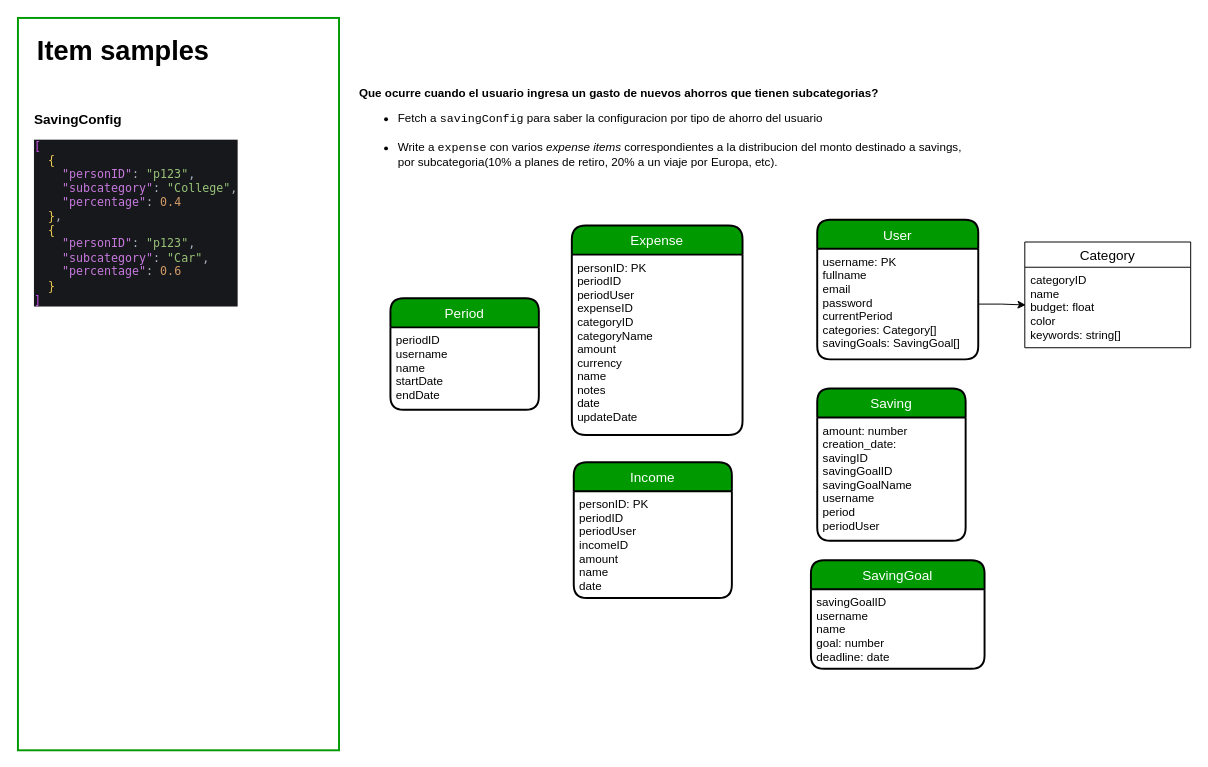
The draw.io diagram page "Data Model" (1 of 2) of diagrams/money-diagrams.drawio in JoelD7/money, before the edit. Source tidied: cells renumbered, new cells numbered last; positions are measured from the earlier drawing's top-left corner, leaving out a move shared by most shapes. Both pictures are drawn from the tidied source at 97%, with x=0, y=0 at pixel (17, 17).
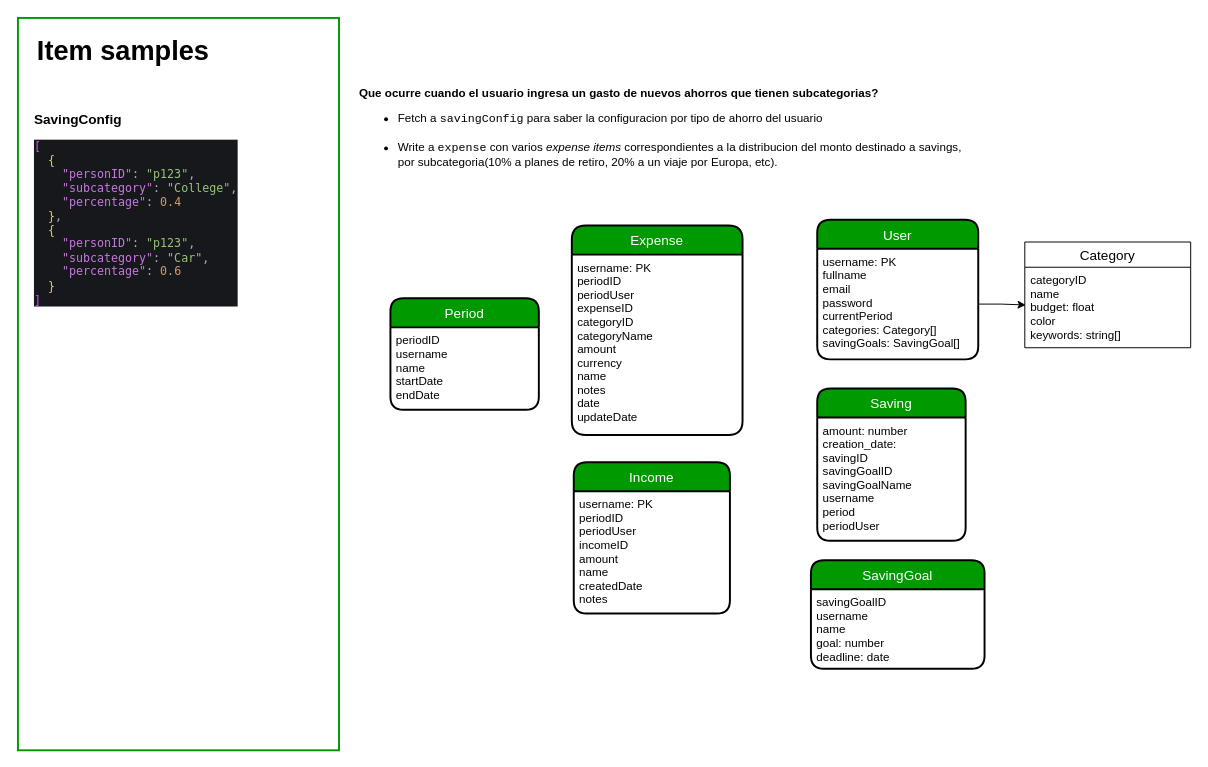
After the change.

Commit message:
Update database diagram with latest changes

Unchanged cells that the change refers to:
```xml
<mxCell id="6" value="Expense" style="swimlane;horizontal=1;startSize=30;rounded=1;fontSize=14;fontStyle=0;strokeWidth=2;shadow=0;dashed=0;align=center;labelBackgroundColor=none;arcSize=16;labelBorderColor=none;swimlaneLine=1;swimlaneFillColor=none;gradientColor=none;gradientDirection=north;fillColor=#009900;fontColor=#FFFFFF;" parent="1" vertex="1">
  <mxGeometry x="571" y="214" width="176" height="216" as="geometry" />
</mxCell>
```

Change to the diagram source:
```diff
@@
-    <mxCell id="7" value="personID: PK&#10;periodID&#10;periodUser&#10;expenseID&#10;categoryID&#10;categoryName&#10;amount&#10;currency&#10;name&#10;notes&#10;date&#10;updateDate" style="align=left;strokeColor=none;fillColor=none;spacingLeft=4;fontSize=12;verticalAlign=top;" parent="6" vertex="1">
+    <mxCell id="7" value="username: PK&#10;periodID&#10;periodUser&#10;expenseID&#10;categoryID&#10;categoryName&#10;amount&#10;currency&#10;name&#10;notes&#10;date&#10;updateDate" style="align=left;strokeColor=none;fillColor=none;spacingLeft=4;fontSize=12;verticalAlign=top;" parent="6" vertex="1">
       <mxGeometry y="30" width="176" height="186" as="geometry" />
     </mxCell>
@@
     <mxCell id="12" value="Income" style="swimlane;horizontal=1;startSize=30;rounded=1;fontSize=14;fontStyle=0;strokeWidth=2;shadow=0;dashed=0;align=center;fillColor=#009900;fontColor=#FFFFFF;" parent="1" vertex="1">
-      <mxGeometry x="573" y="458" width="163" height="140" as="geometry" />
+      <mxGeometry x="573" y="458" width="161" height="156" as="geometry" />
     </mxCell>
-    <mxCell id="13" value="personID: PK&#10;periodID&#10;periodUser&#10;incomeID&#10;amount&#10;name&#10;date" style="align=left;strokeColor=none;fillColor=none;spacingLeft=4;fontSize=12;verticalAlign=top;" parent="12" vertex="1">
-      <mxGeometry y="30" width="163" height="110" as="geometry" />
+    <mxCell id="13" value="username: PK&#10;periodID&#10;periodUser&#10;incomeID&#10;amount&#10;name&#10;createdDate&#10;notes" style="align=left;strokeColor=none;fillColor=none;spacingLeft=4;fontSize=12;verticalAlign=top;" parent="12" vertex="1">
+      <mxGeometry y="30" width="161" height="126" as="geometry" />
     </mxCell>
```
